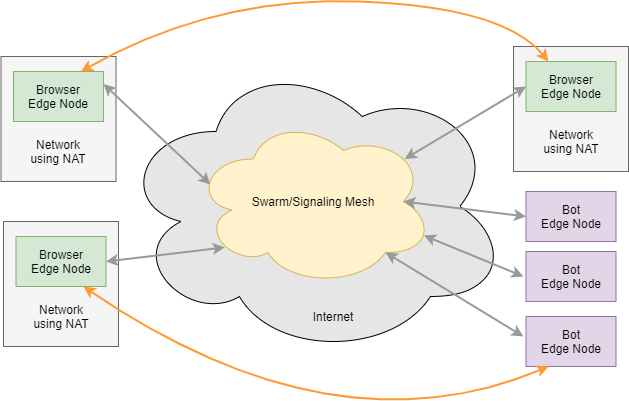
dxos/mesh keeps this draw.io diagram as docs/content/diagrams/network-overview.png. Above is the earlier version. Source tidied: cells renumbered, new cells last; positions are measured from the earlier drawing's top-left corner, leaving out a move shared by most shapes.
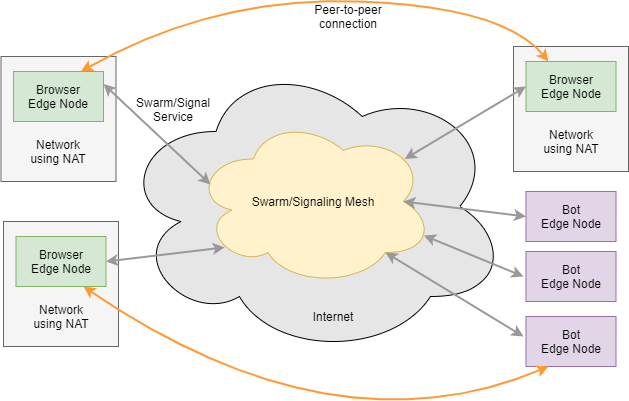
Above is the later version.

What changed in the source:
```diff
@@ -95,5 +95,11 @@
         <mxPoint x="522" y="340" as="targetPoint" />
       </mxGeometry>
     </mxCell>
+    <mxCell id="28" value="Peer-to-peer connection" style="text;html=1;strokeColor=none;fillColor=none;align=center;verticalAlign=middle;whiteSpace=wrap;rounded=0;" parent="1" vertex="1">
+      <mxGeometry x="292" y="10" width="110" height="20" as="geometry" />
+    </mxCell>
+    <mxCell id="29" value="Swarm/Signal Service" style="text;html=1;strokeColor=none;fillColor=none;align=center;verticalAlign=middle;whiteSpace=wrap;rounded=0;" parent="1" vertex="1">
+      <mxGeometry x="132" y="102.5" width="80" height="20" as="geometry" />
+    </mxCell>
   </root>
 </mxGraphModel>
```
